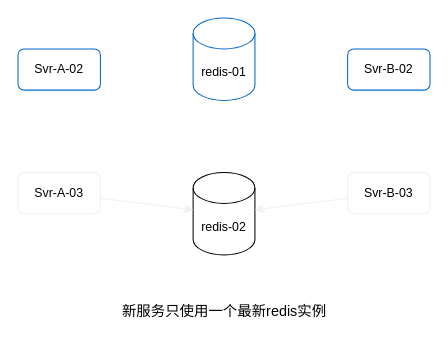
Earlier version of the draw.io diagram redis/step-05.drawio (luotian-ola/data-migrate). Source tidied: cells renumbered, new cells numbered last; positions are measured from the earlier drawing's top-left corner, leaving out a move shared by most shapes. Both pictures are drawn from the tidied source at 103%, with x=0, y=0 at pixel (18, 18).
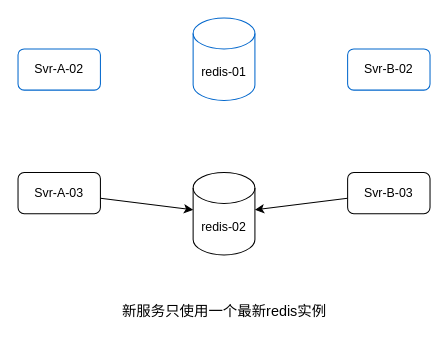
Above is the later version.

Change to the diagram source:
```diff
@@
 <mxGraphModel>
   <root>
     <mxCell id="0" />
     <mxCell id="1" parent="0" />
     <mxCell id="2" value="redis-01" style="shape=cylinder3;whiteSpace=wrap;html=1;boundedLbl=1;backgroundOutline=1;size=15;strokeColor=#0066CC;" parent="1" vertex="1">
       <mxGeometry x="170" width="60" height="80" as="geometry" />
     </mxCell>
     <mxCell id="3" value="新服务只使用一个最新redis实例" style="text;html=1;align=center;verticalAlign=middle;strokeColor=none;fillColor=none;fontSize=14;" parent="1" vertex="1">
       <mxGeometry x="90" y="270" width="220" height="30" as="geometry" />
     </mxCell>
     <mxCell id="4" value="redis-02" style="shape=cylinder3;whiteSpace=wrap;html=1;boundedLbl=1;backgroundOutline=1;size=15;" parent="1" vertex="1">
       <mxGeometry x="170" y="150" width="60" height="80" as="geometry" />
     </mxCell>
     <mxCell id="5" value="Svr-A-02" style="rounded=1;whiteSpace=wrap;html=1;strokeColor=#0066CC;" parent="1" vertex="1">
       <mxGeometry y="30" width="80" height="40" as="geometry" />
     </mxCell>
     <mxCell id="6" value="Svr-B-02" style="rounded=1;whiteSpace=wrap;html=1;strokeColor=#0066CC;" parent="1" vertex="1">
       <mxGeometry x="320" y="30" width="80" height="40" as="geometry" />
     </mxCell>
-    <mxCell id="7" style="edgeStyle=none;html=1;strokeColor=#F0F0F0;" parent="1" edge="1" source="8" target="4">
+    <mxCell id="7" style="edgeStyle=none;html=1;" parent="1" edge="1" source="8" target="4">
       <mxGeometry relative="1" as="geometry" />
     </mxCell>
-    <mxCell id="8" value="Svr-A-03" style="rounded=1;whiteSpace=wrap;html=1;strokeColor=#F0F0F0;" parent="1" vertex="1">
+    <mxCell id="8" value="Svr-A-03" style="rounded=1;whiteSpace=wrap;html=1;" parent="1" vertex="1">
       <mxGeometry y="150" width="80" height="40" as="geometry" />
     </mxCell>
-    <mxCell id="9" style="edgeStyle=none;html=1;strokeColor=#F0F0F0;" parent="1" edge="1" source="10" target="4">
+    <mxCell id="9" style="edgeStyle=none;html=1;" parent="1" edge="1" source="10" target="4">
       <mxGeometry relative="1" as="geometry" />
     </mxCell>
-    <mxCell id="10" value="Svr-B-03" style="rounded=1;whiteSpace=wrap;html=1;strokeColor=#F0F0F0;" parent="1" vertex="1">
+    <mxCell id="10" value="Svr-B-03" style="rounded=1;whiteSpace=wrap;html=1;" parent="1" vertex="1">
       <mxGeometry x="320" y="150" width="80" height="40" as="geometry" />
     </mxCell>
   </root>
 </mxGraphModel>
```
